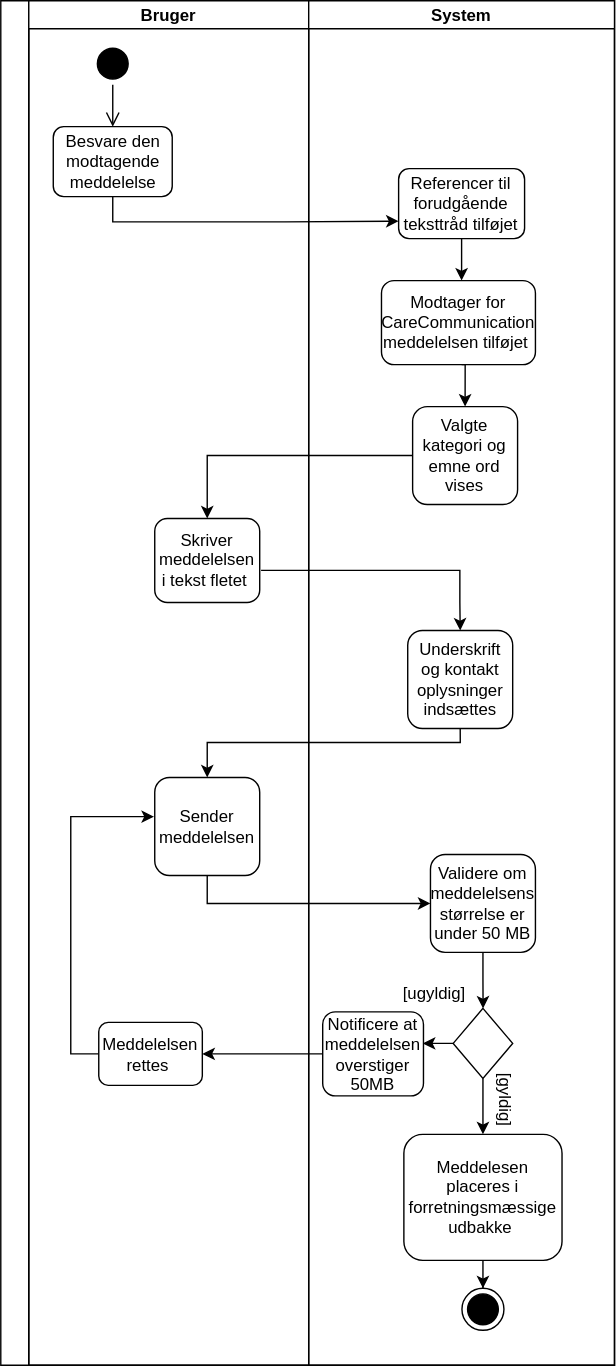
Before: docs/assets/images/Dk_S2_besvarelse_cc.drawio.svg, a diagram exported from draw.io (medcomdk/dk-medcom-carecommunication). Source tidied: cells renumbered, new cells last; positions are measured from the earlier drawing's top-left corner, leaving out a move shared by most shapes.
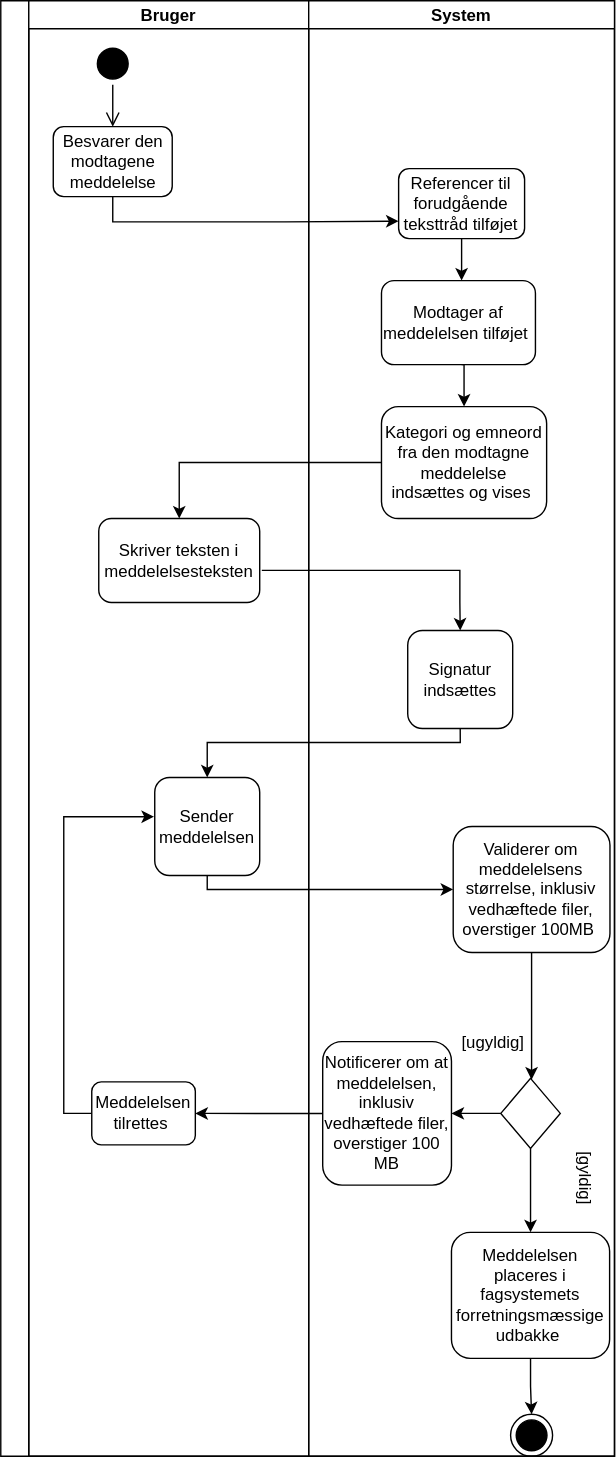
The same diagram one commit later.

Commit message:
Activity diagrams corrected

What changed in the source:
```diff
@@ -3,10 +3,10 @@
     <mxCell id="0" />
     <mxCell id="1" parent="0" />
     <mxCell id="2" style="swimlane;startSize=20;horizontal=0;" parent="1" vertex="1">
-      <mxGeometry width="438.5" height="975" as="geometry" />
+      <mxGeometry width="438.5" height="1040" as="geometry" />
     </mxCell>
     <mxCell id="3" value="Bruger" style="swimlane;startSize=20;" parent="2" vertex="1">
-      <mxGeometry x="20" width="200" height="975" as="geometry" />
+      <mxGeometry x="20" width="200" height="1040" as="geometry" />
     </mxCell>
     <mxCell id="4" style="ellipse;html=1;shape=startState;fillColor=#000000;strokeColor=#000000;" parent="3" vertex="1">
       <mxGeometry x="45" y="30" width="30" height="30" as="geometry" />
@@ -16,11 +16,11 @@
         <mxPoint x="60" y="90" as="targetPoint" />
       </mxGeometry>
     </mxCell>
-    <mxCell id="6" value="Besvare den modtagende meddelelse" style="rounded=1;whiteSpace=wrap;html=1;" parent="3" vertex="1">
+    <mxCell id="6" value="Besvarer den modtagene meddelelse" style="rounded=1;whiteSpace=wrap;html=1;" parent="3" vertex="1">
       <mxGeometry x="17.5" y="90" width="85" height="50" as="geometry" />
     </mxCell>
-    <mxCell id="7" value="Skriver meddelelsen i tekst fletet&amp;nbsp;" style="rounded=1;whiteSpace=wrap;html=1;" parent="3" vertex="1">
-      <mxGeometry x="90" y="370" width="75" height="60" as="geometry" />
+    <mxCell id="7" value="Skriver teksten i meddelelsesteksten" style="rounded=1;whiteSpace=wrap;html=1;" parent="3" vertex="1">
+      <mxGeometry x="50" y="370" width="115" height="60" as="geometry" />
     </mxCell>
     <mxCell id="8" value="Sender meddelelsen" style="rounded=1;whiteSpace=wrap;html=1;" parent="3" vertex="1">
       <mxGeometry x="90" y="555" width="75" height="70" as="geometry" />
@@ -28,8 +28,8 @@
     <mxCell id="9" style="edgeStyle=orthogonalEdgeStyle;rounded=0;jettySize=auto;html=1;exitX=0;exitY=0.5;exitDx=0;exitDy=0;entryX=-0.007;entryY=0.4;entryDx=0;entryDy=0;entryPerimeter=0;" parent="3" edge="1" source="10" target="8">
       <mxGeometry relative="1" as="geometry" />
     </mxCell>
-    <mxCell id="10" value="Meddelelsen&lt;br&gt;rettes&amp;nbsp;" style="rounded=1;whiteSpace=wrap;html=1;" parent="3" vertex="1">
-      <mxGeometry x="50" y="730" width="74" height="45" as="geometry" />
+    <mxCell id="10" value="Meddelelsen&lt;br&gt;tilrettes&amp;nbsp;" style="rounded=1;whiteSpace=wrap;html=1;" parent="3" vertex="1">
+      <mxGeometry x="45" y="772.5" width="74" height="45" as="geometry" />
     </mxCell>
     <mxCell id="11" style="edgeStyle=orthogonalEdgeStyle;rounded=0;jettySize=auto;html=1;entryX=0.5;entryY=0;entryDx=0;entryDy=0;" parent="2" edge="1" source="22" target="7">
       <mxGeometry relative="1" as="geometry" />
@@ -43,7 +43,11 @@
       </mxGeometry>
     </mxCell>
     <mxCell id="13" style="edgeStyle=orthogonalEdgeStyle;rounded=0;jettySize=auto;html=1;exitX=0.5;exitY=1;exitDx=0;exitDy=0;entryX=0;entryY=0.5;entryDx=0;entryDy=0;" parent="2" edge="1" source="8" target="28">
-      <mxGeometry relative="1" as="geometry" />
+      <mxGeometry relative="1" as="geometry">
+        <Array as="points">
+          <mxPoint x="148" y="635" />
+        </Array>
+      </mxGeometry>
     </mxCell>
     <mxCell id="14" style="edgeStyle=orthogonalEdgeStyle;rounded=0;jettySize=auto;html=1;" parent="2" edge="1" source="33" target="10">
       <mxGeometry relative="1" as="geometry" />
@@ -66,7 +70,7 @@
       </mxGeometry>
     </mxCell>
     <mxCell id="17" value="System" style="swimlane;startSize=20;" parent="2" vertex="1">
-      <mxGeometry x="220" width="218.5" height="975" as="geometry" />
+      <mxGeometry x="220" width="218.5" height="1040" as="geometry" />
     </mxCell>
     <mxCell id="18" style="edgeStyle=orthogonalEdgeStyle;rounded=0;jettySize=auto;html=1;exitX=0.5;exitY=1;exitDx=0;exitDy=0;entryX=0.5;entryY=0;entryDx=0;entryDy=0;" parent="17" edge="1" source="19">
       <mxGeometry relative="1" as="geometry">
@@ -81,49 +85,52 @@
         <mxPoint x="109.2" y="260" as="sourcePoint" />
       </mxGeometry>
     </mxCell>
-    <mxCell id="21" value="Modtager for CareCommunication meddelelsen tilføjet&amp;nbsp;" style="rounded=1;whiteSpace=wrap;html=1;" parent="17" vertex="1">
+    <mxCell id="21" value="Modtager af meddelelsen tilføjet&amp;nbsp;" style="rounded=1;whiteSpace=wrap;html=1;" parent="17" vertex="1">
       <mxGeometry x="52" y="200" width="110" height="60" as="geometry" />
     </mxCell>
-    <mxCell id="22" value="Valgte kategori og emne ord vises" style="rounded=1;whiteSpace=wrap;html=1;" parent="17" vertex="1">
-      <mxGeometry x="74.2" y="290" width="75" height="70" as="geometry" />
+    <mxCell id="22" value="Kategori og emneord fra den modtagne meddelelse indsættes og vises&amp;nbsp;" style="rounded=1;whiteSpace=wrap;html=1;" parent="17" vertex="1">
+      <mxGeometry x="52" y="290" width="118" height="80" as="geometry" />
     </mxCell>
-    <mxCell id="23" value="Underskrift og kontakt oplysninger indsættes" style="rounded=1;whiteSpace=wrap;html=1;" parent="17" vertex="1">
+    <mxCell id="23" value="Signatur indsættes" style="rounded=1;whiteSpace=wrap;html=1;" parent="17" vertex="1">
       <mxGeometry x="70.8" y="450" width="75" height="70" as="geometry" />
     </mxCell>
     <mxCell id="24" style="edgeStyle=orthogonalEdgeStyle;rounded=0;jettySize=auto;html=1;" parent="17" edge="1" source="25" target="26">
       <mxGeometry relative="1" as="geometry" />
     </mxCell>
-    <mxCell id="25" value="Meddelesen placeres i forretningsmæssige udbakke&amp;nbsp;" style="rounded=1;whiteSpace=wrap;html=1;" parent="17" vertex="1">
-      <mxGeometry x="68" y="810" width="113" height="90" as="geometry" />
+    <mxCell id="25" value="Meddelelsen placeres i fagsystemets forretningsmæssige udbakke&amp;nbsp;" style="rounded=1;whiteSpace=wrap;html=1;" parent="17" vertex="1">
+      <mxGeometry x="102" y="880" width="113" height="90" as="geometry" />
     </mxCell>
     <mxCell id="26" style="ellipse;html=1;shape=endState;fillColor=#000000;strokeColor=#000000;" parent="17" vertex="1">
-      <mxGeometry x="109.5" y="920" width="30" height="30" as="geometry" />
+      <mxGeometry x="144.2" y="1010" width="30" height="30" as="geometry" />
     </mxCell>
     <mxCell id="27" style="edgeStyle=orthogonalEdgeStyle;rounded=0;jettySize=auto;html=1;exitX=0.5;exitY=1;exitDx=0;exitDy=0;" parent="17" edge="1" source="28" target="31">
-      <mxGeometry relative="1" as="geometry" />
+      <mxGeometry relative="1" as="geometry">
+        <Array as="points">
+          <mxPoint x="159" y="770" />
+          <mxPoint x="159" y="770" />
+        </Array>
+      </mxGeometry>
     </mxCell>
-    <mxCell id="28" value="Validere om meddelelsens størrelse er under 50 MB" style="rounded=1;whiteSpace=wrap;html=1;" parent="17" vertex="1">
-      <mxGeometry x="87" y="610" width="75" height="70" as="geometry" />
+    <mxCell id="28" value="&lt;span class=&quot;normaltextrun&quot;&gt;&lt;span style=&quot;font-size:10.0pt;&lt;br/&gt;line-height:107%;font-family:&amp;quot;Calibri&amp;quot;,sans-serif;mso-fareast-font-family:Calibri;&lt;br/&gt;mso-fareast-theme-font:minor-latin;mso-ansi-language:DA;mso-fareast-language:&lt;br/&gt;EN-US;mso-bidi-language:AR-SA&quot;&gt;Validerer om meddelelsens størrelse, &lt;/span&gt;&lt;span style=&quot;user-select: text;-webkit-user-drag: none;-webkit-tap-highlight-color: transparent&quot;&gt;inklusiv&lt;br/&gt;vedhæftede filer, overs&lt;/span&gt;&lt;span style=&quot;user-select: text;-webkit-user-drag: none;&lt;br/&gt;-webkit-tap-highlight-color: transparent&quot;&gt;tiger &lt;/span&gt;&lt;span style=&quot;user-select: text;&lt;br/&gt;-webkit-user-drag: none;-webkit-tap-highlight-color: transparent&quot;&gt;100MB&lt;/span&gt;&lt;/span&gt;&lt;span class=&quot;eop&quot;&gt;&lt;span style=&quot;font-size:10.0pt;line-height:107%;font-family:&amp;quot;Calibri&amp;quot;,sans-serif;&lt;br/&gt;mso-fareast-font-family:Calibri;mso-fareast-theme-font:minor-latin;mso-ansi-language:&lt;br/&gt;DA;mso-fareast-language:EN-US;mso-bidi-language:AR-SA&quot;&gt;&lt;span style=&quot;user-select: text;-webkit-user-drag: none;-webkit-tap-highlight-color: transparent&quot;&gt;&amp;nbsp;&lt;/span&gt;&lt;/span&gt;&lt;/span&gt;" style="rounded=1;whiteSpace=wrap;html=1;" parent="17" vertex="1">
+      <mxGeometry x="103.2" y="590" width="112" height="90" as="geometry" />
     </mxCell>
+    <mxCell id="35" style="edgeStyle=orthogonalEdgeStyle;rounded=0;jettySize=auto;html=1;exitX=0;exitY=0.5;exitDx=0;exitDy=0;entryX=1;entryY=0.5;entryDx=0;entryDy=0;" parent="17" edge="1" source="31" target="33">
+      <mxGeometry relative="1" as="geometry" />
+    </mxCell>
-    <mxCell id="29" style="edgeStyle=orthogonalEdgeStyle;rounded=0;jettySize=auto;html=1;exitX=0.5;exitY=1;exitDx=0;exitDy=0;" parent="17" edge="1" source="31" target="25">
+    <mxCell id="29" style="edgeStyle=orthogonalEdgeStyle;rounded=0;jettySize=auto;html=1;exitX=0.5;exitY=1;exitDx=0;exitDy=0;entryX=0.5;entryY=0;entryDx=0;entryDy=0;" parent="17" edge="1" source="31" target="25">
       <mxGeometry relative="1" as="geometry" />
     </mxCell>
-    <mxCell id="30" style="edgeStyle=orthogonalEdgeStyle;rounded=0;jettySize=auto;html=1;" parent="17" edge="1" source="31">
-      <mxGeometry relative="1" as="geometry">
-        <mxPoint x="81.5" y="745" as="targetPoint" />
-      </mxGeometry>
-    </mxCell>
     <mxCell id="31" style="rhombus;whiteSpace=wrap;html=1;" parent="17" vertex="1">
-      <mxGeometry x="103.2" y="720" width="42.5" height="50" as="geometry" />
+      <mxGeometry x="137.2" y="770" width="42.5" height="50" as="geometry" />
     </mxCell>
     <mxCell id="32" value="[gyldig]" style="text;html=1;strokeColor=none;fillColor=none;align=center;verticalAlign=middle;whiteSpace=wrap;rounded=0;rotation=90;" parent="17" vertex="1">
-      <mxGeometry x="110.5" y="770" width="60" height="30" as="geometry" />
+      <mxGeometry x="162" y="826.2" width="70.5" height="30" as="geometry" />
     </mxCell>
-    <mxCell id="33" value="Notificere at meddelelsen overstiger 50MB" style="rounded=1;whiteSpace=wrap;html=1;" parent="17" vertex="1">
-      <mxGeometry x="10" y="722.5" width="72" height="60" as="geometry" />
+    <mxCell id="33" value="Notificerer om at meddelelsen, inklusiv vedhæftede filer, overstiger 100 MB" style="rounded=1;whiteSpace=wrap;html=1;" parent="17" vertex="1">
+      <mxGeometry x="10" y="743.8" width="92" height="102.5" as="geometry" />
     </mxCell>
     <mxCell id="34" value="[ugyldig]" style="text;html=1;strokeColor=none;fillColor=none;align=center;verticalAlign=middle;whiteSpace=wrap;rounded=0;rotation=0;" parent="17" vertex="1">
-      <mxGeometry x="60" y="695" width="60" height="30" as="geometry" />
+      <mxGeometry x="102" y="730" width="60" height="30" as="geometry" />
     </mxCell>
   </root>
 </mxGraphModel>
```
